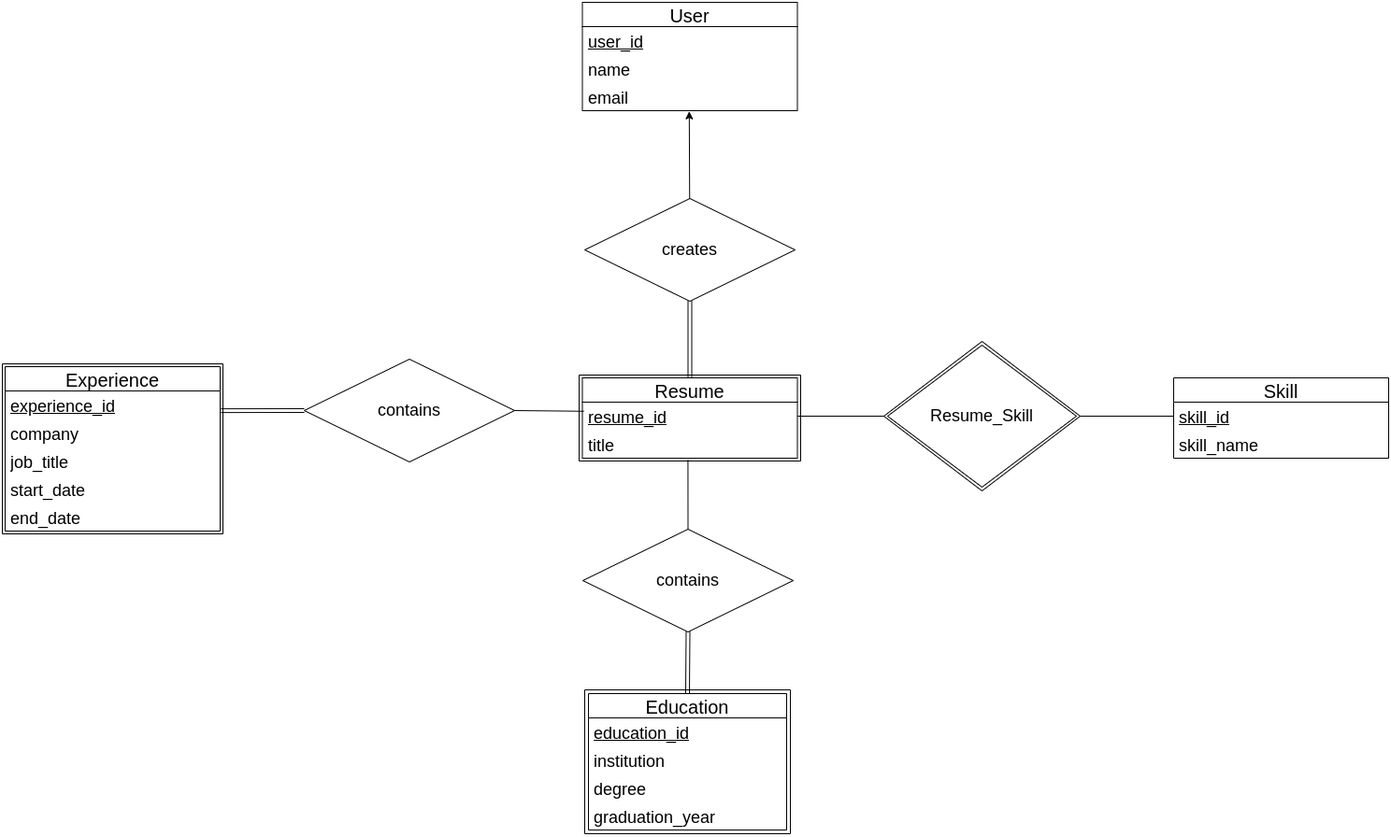
Before: assignments/hw3/erd/resume_builder.png, a diagram exported from draw.io (pollythepocket/CS480_final_project). Source tidied: cells renumbered, new cells last; positions are measured from the earlier drawing's top-left corner, leaving out a move shared by most shapes. Its diagram source:
```xml
<mxGraphModel>
  <root>
    <mxCell id="0" />
    <mxCell id="1" parent="0" />
    <mxCell id="2" value="User" style="swimlane;fontStyle=0;horizontal=1;startSize=26;align=center;fontSize=20;" parent="1" vertex="1">
      <mxGeometry x="620.5" width="230" height="116" as="geometry" />
    </mxCell>
    <mxCell id="3" value="user_id" style="text;strokeColor=none;fillColor=none;spacingLeft=4;spacingRight=4;overflow=hidden;fontSize=18;whiteSpace=wrap;html=1;fontStyle=4;" parent="2" vertex="1">
      <mxGeometry y="26" width="230" height="30" as="geometry" />
    </mxCell>
    <mxCell id="4" value="name" style="text;strokeColor=none;fillColor=none;spacingLeft=4;spacingRight=4;overflow=hidden;fontSize=18;whiteSpace=wrap;html=1;" parent="2" vertex="1">
      <mxGeometry y="56" width="230" height="30" as="geometry" />
    </mxCell>
    <mxCell id="5" value="email" style="text;strokeColor=none;fillColor=none;spacingLeft=4;spacingRight=4;overflow=hidden;points=[[0,0.5],[1,0.5]];portConstraint=eastwest;fontSize=18;whiteSpace=wrap;html=1;" parent="2" vertex="1">
      <mxGeometry y="86" width="230" height="30" as="geometry" />
    </mxCell>
    <mxCell id="6" value="Resume" style="swimlane;fontStyle=0;horizontal=1;startSize=26;align=center;fontSize=20;perimeterSpacing=0;" parent="1" vertex="1">
      <mxGeometry x="620.5" y="402" width="230" height="86" as="geometry" />
    </mxCell>
    <mxCell id="7" value="resume_id" style="text;strokeColor=none;fillColor=none;spacingLeft=4;spacingRight=4;overflow=hidden;points=[[0,0.5],[1,0.5]];portConstraint=eastwest;fontSize=18;whiteSpace=wrap;html=1;fontStyle=4;" parent="6" vertex="1">
      <mxGeometry y="26" width="230" height="30" as="geometry" />
    </mxCell>
    <mxCell id="8" value="title" style="text;strokeColor=none;fillColor=none;spacingLeft=4;spacingRight=4;overflow=hidden;points=[[0,0.5],[1,0.5]];portConstraint=eastwest;fontSize=18;whiteSpace=wrap;html=1;" parent="6" vertex="1">
      <mxGeometry y="56" width="230" height="30" as="geometry" />
    </mxCell>
    <mxCell id="9" value="Skill" style="swimlane;fontStyle=0;horizontal=1;startSize=26;align=center;fontSize=20;" parent="1" vertex="1">
      <mxGeometry x="1253" y="402" width="230" height="86" as="geometry" />
    </mxCell>
    <mxCell id="10" value="skill_id" style="text;strokeColor=none;fillColor=none;spacingLeft=4;spacingRight=4;overflow=hidden;points=[[0,0.5],[1,0.5]];portConstraint=eastwest;fontSize=18;whiteSpace=wrap;html=1;fontStyle=4;" parent="9" vertex="1">
      <mxGeometry y="26" width="230" height="30" as="geometry" />
    </mxCell>
    <mxCell id="11" value="skill_name" style="text;strokeColor=none;fillColor=none;spacingLeft=4;spacingRight=4;overflow=hidden;fontSize=18;whiteSpace=wrap;html=1;" parent="9" vertex="1">
      <mxGeometry y="56" width="230" height="30" as="geometry" />
    </mxCell>
    <mxCell id="12" value="Experience" style="swimlane;fontStyle=0;horizontal=1;startSize=26;align=center;fontSize=20;" parent="1" vertex="1">
      <mxGeometry x="3" y="390" width="230" height="176" as="geometry" />
    </mxCell>
    <mxCell id="13" value="experience_id" style="text;strokeColor=none;fillColor=none;spacingLeft=4;spacingRight=4;overflow=hidden;points=[[0,0.5],[1,0.5]];portConstraint=eastwest;fontSize=18;whiteSpace=wrap;html=1;fontStyle=4;" parent="12" vertex="1">
      <mxGeometry y="26" width="230" height="30" as="geometry" />
    </mxCell>
    <mxCell id="14" value="company" style="text;strokeColor=none;fillColor=none;spacingLeft=4;spacingRight=4;overflow=hidden;fontSize=18;whiteSpace=wrap;html=1;" parent="12" vertex="1">
      <mxGeometry y="56" width="230" height="30" as="geometry" />
    </mxCell>
    <mxCell id="15" value="job_title" style="text;strokeColor=none;fillColor=none;spacingLeft=4;spacingRight=4;overflow=hidden;fontSize=18;whiteSpace=wrap;html=1;" parent="12" vertex="1">
      <mxGeometry y="86" width="230" height="30" as="geometry" />
    </mxCell>
    <mxCell id="16" value="start_date" style="text;strokeColor=none;fillColor=none;spacingLeft=4;spacingRight=4;overflow=hidden;fontSize=18;whiteSpace=wrap;html=1;" parent="12" vertex="1">
      <mxGeometry y="116" width="230" height="30" as="geometry" />
    </mxCell>
    <mxCell id="17" value="end_date" style="text;strokeColor=none;fillColor=none;spacingLeft=4;spacingRight=4;overflow=hidden;fontSize=18;whiteSpace=wrap;html=1;" parent="12" vertex="1">
      <mxGeometry y="146" width="230" height="30" as="geometry" />
    </mxCell>
    <mxCell id="18" value="Resume_Skill" style="shape=rhombus;double=1;perimeter=rhombusPerimeter;whiteSpace=wrap;html=1;align=center;fontSize=18;" parent="1" vertex="1">
      <mxGeometry x="943" y="363" width="210" height="160" as="geometry" />
    </mxCell>
    <mxCell id="19" value="creates" style="shape=rhombus;perimeter=rhombusPerimeter;whiteSpace=wrap;html=1;align=center;fontSize=18;" parent="1" vertex="1">
      <mxGeometry x="623" y="210" width="225" height="110" as="geometry" />
    </mxCell>
    <mxCell id="20" value="contains" style="shape=rhombus;perimeter=rhombusPerimeter;whiteSpace=wrap;html=1;align=center;fontSize=18;" parent="1" vertex="1">
      <mxGeometry x="621" y="564" width="225" height="110" as="geometry" />
    </mxCell>
    <mxCell id="21" value="contains" style="shape=rhombus;perimeter=rhombusPerimeter;whiteSpace=wrap;html=1;align=center;fontSize=18;" parent="1" vertex="1">
      <mxGeometry x="323" y="382" width="225" height="110" as="geometry" />
    </mxCell>
    <mxCell id="22" style="shape=link;html=1;rounded=0;exitX=0.5;exitY=1;exitDx=0;exitDy=0;entryX=0.5;entryY=0;entryDx=0;entryDy=0;strokeWidth=1;" parent="1" edge="1" source="19" target="6">
      <mxGeometry relative="1" as="geometry" />
    </mxCell>
    <mxCell id="23" style="html=1;whiteSpace=wrap;align=right;verticalAlign=bottom;" parent="22" vertex="1">
      <mxGeometry x="1" relative="1" as="geometry" />
    </mxCell>
    <mxCell id="24" style="endArrow=none;html=1;rounded=0;exitX=0;exitY=0.5;exitDx=0;exitDy=0;strokeWidth=1;entryX=1;entryY=0.5;entryDx=0;entryDy=0;" parent="1" edge="1" source="18" target="7">
      <mxGeometry relative="1" as="geometry" />
    </mxCell>
    <mxCell id="25" style="endArrow=none;html=1;rounded=0;exitX=0;exitY=0.5;exitDx=0;exitDy=0;strokeWidth=1;" parent="1" edge="1" source="10" target="18">
      <mxGeometry relative="1" as="geometry" />
    </mxCell>
    <mxCell id="26" style="swimlane;startSize=0;" parent="1" vertex="1">
      <mxGeometry x="617" y="399" width="237" height="92" as="geometry" />
    </mxCell>
    <mxCell id="27" style="swimlane;startSize=0;" parent="1" vertex="1">
      <mxGeometry x="623" y="736" width="220" height="154" as="geometry" />
    </mxCell>
    <mxCell id="28" value="Education" style="swimlane;fontStyle=0;horizontal=1;startSize=26;align=center;fontSize=20;" parent="27" vertex="1">
      <mxGeometry x="4" y="4" width="212" height="146" as="geometry" />
    </mxCell>
    <mxCell id="29" value="education_id" style="text;strokeColor=none;fillColor=none;spacingLeft=4;spacingRight=4;overflow=hidden;fontSize=18;whiteSpace=wrap;html=1;fontStyle=4;" parent="28" vertex="1">
      <mxGeometry y="26" width="212" height="30" as="geometry" />
    </mxCell>
    <mxCell id="30" value="institution" style="text;strokeColor=none;fillColor=none;spacingLeft=4;spacingRight=4;overflow=hidden;fontSize=18;whiteSpace=wrap;html=1;" parent="28" vertex="1">
      <mxGeometry y="56" width="212" height="30" as="geometry" />
    </mxCell>
    <mxCell id="31" value="degree" style="text;strokeColor=none;fillColor=none;spacingLeft=4;spacingRight=4;overflow=hidden;fontSize=18;whiteSpace=wrap;html=1;" parent="28" vertex="1">
      <mxGeometry y="86" width="212" height="30" as="geometry" />
    </mxCell>
    <mxCell id="32" value="graduation_year" style="text;strokeColor=none;fillColor=none;spacingLeft=4;spacingRight=4;overflow=hidden;fontSize=18;whiteSpace=wrap;html=1;" parent="28" vertex="1">
      <mxGeometry y="116" width="212" height="30" as="geometry" />
    </mxCell>
    <mxCell id="33" style="swimlane;startSize=0;" parent="1" vertex="1">
      <mxGeometry y="387" width="236" height="182" as="geometry" />
    </mxCell>
    <mxCell id="34" style="shape=link;html=1;rounded=0;exitX=1.004;exitY=0.704;exitDx=0;exitDy=0;entryX=0;entryY=0.5;entryDx=0;entryDy=0;strokeWidth=1;exitPerimeter=0;" parent="1" edge="1" source="13" target="21">
      <mxGeometry relative="1" as="geometry" />
    </mxCell>
    <mxCell id="35" style="html=1;whiteSpace=wrap;align=right;verticalAlign=bottom;" parent="34" vertex="1">
      <mxGeometry x="1" relative="1" as="geometry" />
    </mxCell>
    <mxCell id="36" style="endArrow=none;html=1;rounded=0;exitX=1;exitY=0.5;exitDx=0;exitDy=0;strokeWidth=1;entryX=0.007;entryY=0.325;entryDx=0;entryDy=0;entryPerimeter=0;" parent="1" edge="1" source="21" target="7">
      <mxGeometry relative="1" as="geometry" />
    </mxCell>
    <mxCell id="37" style="shape=link;html=1;rounded=0;entryX=0.5;entryY=1;entryDx=0;entryDy=0;strokeWidth=1;" parent="1" edge="1" target="20">
      <mxGeometry relative="1" as="geometry">
        <mxPoint x="733" y="740" as="sourcePoint" />
      </mxGeometry>
    </mxCell>
    <mxCell id="38" style="html=1;whiteSpace=wrap;align=right;verticalAlign=bottom;" parent="37" vertex="1">
      <mxGeometry x="1" relative="1" as="geometry" />
    </mxCell>
    <mxCell id="39" style="endArrow=none;html=1;rounded=0;strokeWidth=1;entryX=0.491;entryY=1.054;entryDx=0;entryDy=0;exitX=0.5;exitY=0;exitDx=0;exitDy=0;entryPerimeter=0;" parent="1" edge="1" source="20" target="8">
      <mxGeometry relative="1" as="geometry" />
    </mxCell>
    <mxCell id="40" style="endArrow=classic;html=1;rounded=0;entryX=0.497;entryY=1.024;entryDx=0;entryDy=0;entryPerimeter=0;" parent="1" edge="1" source="19" target="5">
      <mxGeometry relative="1" as="geometry" />
    </mxCell>
  </root>
</mxGraphModel>
```
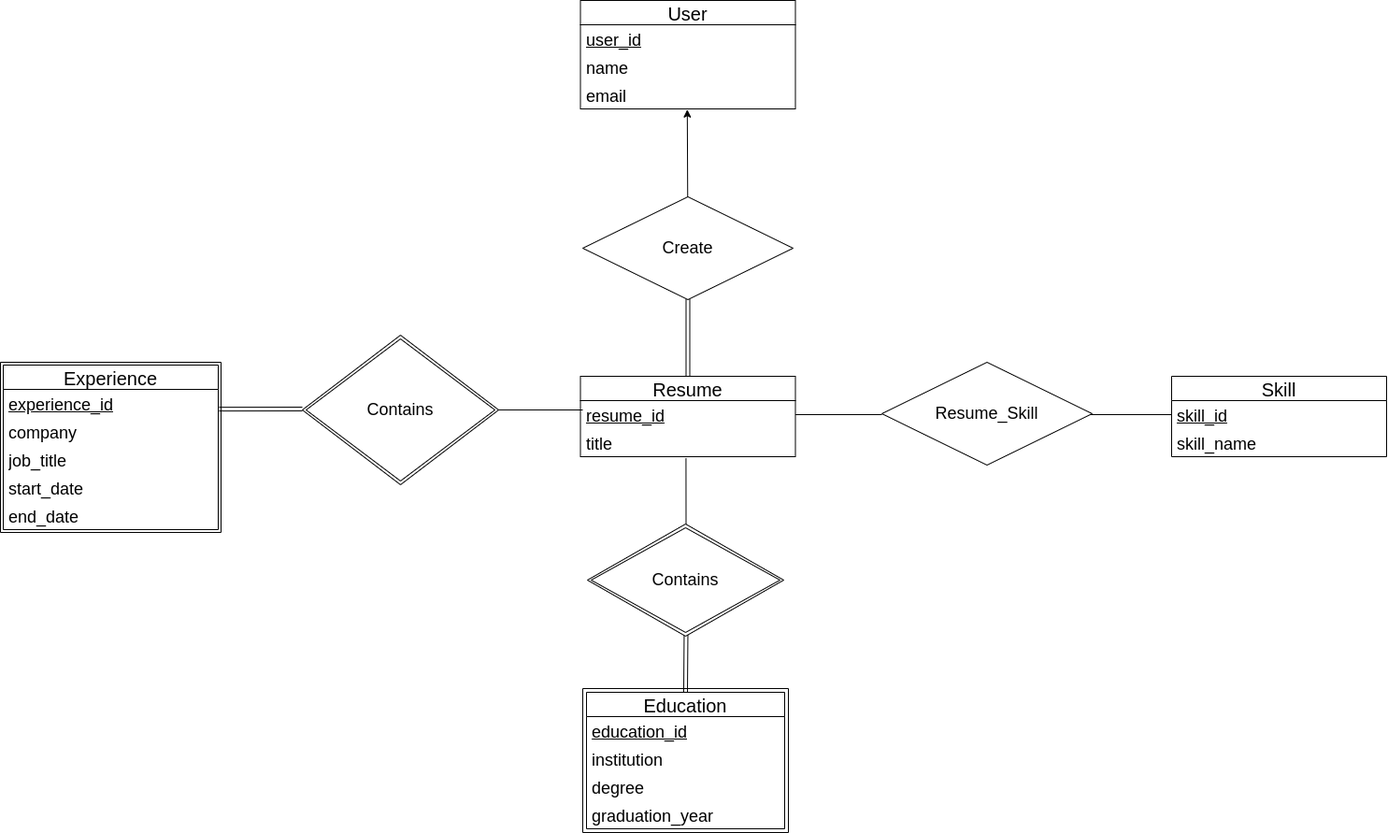
The same file after the commit.

Commit message:
Updated hw3 resume builder erd

Change to the diagram source:
```diff
@@ -50,33 +50,24 @@
     <mxCell id="17" value="end_date" style="text;strokeColor=none;fillColor=none;spacingLeft=4;spacingRight=4;overflow=hidden;fontSize=18;whiteSpace=wrap;html=1;" parent="12" vertex="1">
       <mxGeometry y="146" width="230" height="30" as="geometry" />
     </mxCell>
-    <mxCell id="18" value="Resume_Skill" style="shape=rhombus;double=1;perimeter=rhombusPerimeter;whiteSpace=wrap;html=1;align=center;fontSize=18;" parent="1" vertex="1">
-      <mxGeometry x="943" y="363" width="210" height="160" as="geometry" />
-    </mxCell>
-    <mxCell id="19" value="creates" style="shape=rhombus;perimeter=rhombusPerimeter;whiteSpace=wrap;html=1;align=center;fontSize=18;" parent="1" vertex="1">
-      <mxGeometry x="623" y="210" width="225" height="110" as="geometry" />
-    </mxCell>
-    <mxCell id="20" value="contains" style="shape=rhombus;perimeter=rhombusPerimeter;whiteSpace=wrap;html=1;align=center;fontSize=18;" parent="1" vertex="1">
-      <mxGeometry x="621" y="564" width="225" height="110" as="geometry" />
-    </mxCell>
-    <mxCell id="21" value="contains" style="shape=rhombus;perimeter=rhombusPerimeter;whiteSpace=wrap;html=1;align=center;fontSize=18;" parent="1" vertex="1">
-      <mxGeometry x="323" y="382" width="225" height="110" as="geometry" />
-    </mxCell>
-    <mxCell id="22" style="shape=link;html=1;rounded=0;exitX=0.5;exitY=1;exitDx=0;exitDy=0;entryX=0.5;entryY=0;entryDx=0;entryDy=0;strokeWidth=1;" parent="1" edge="1" source="19" target="6">
-      <mxGeometry relative="1" as="geometry" />
+    <mxCell id="22" style="shape=link;html=1;rounded=0;exitX=0.5;exitY=1;exitDx=0;exitDy=0;entryX=0.5;entryY=0;entryDx=0;entryDy=0;strokeWidth=1;" parent="1" edge="1" target="6">
+      <mxGeometry relative="1" as="geometry">
+        <mxPoint x="735.5" y="320" as="sourcePoint" />
+      </mxGeometry>
     </mxCell>
     <mxCell id="23" style="html=1;whiteSpace=wrap;align=right;verticalAlign=bottom;" parent="22" vertex="1">
       <mxGeometry x="1" relative="1" as="geometry" />
     </mxCell>
-    <mxCell id="24" style="endArrow=none;html=1;rounded=0;exitX=0;exitY=0.5;exitDx=0;exitDy=0;strokeWidth=1;entryX=1;entryY=0.5;entryDx=0;entryDy=0;" parent="1" edge="1" source="18" target="7">
-      <mxGeometry relative="1" as="geometry" />
+    <mxCell id="24" style="endArrow=none;html=1;rounded=0;exitX=0;exitY=0.5;exitDx=0;exitDy=0;strokeWidth=1;entryX=1;entryY=0.5;entryDx=0;entryDy=0;" parent="1" edge="1" target="7">
+      <mxGeometry relative="1" as="geometry">
+        <mxPoint x="943" y="443" as="sourcePoint" />
+      </mxGeometry>
     </mxCell>
-    <mxCell id="25" style="endArrow=none;html=1;rounded=0;exitX=0;exitY=0.5;exitDx=0;exitDy=0;strokeWidth=1;" parent="1" edge="1" source="10" target="18">
-      <mxGeometry relative="1" as="geometry" />
+    <mxCell id="25" style="endArrow=none;html=1;rounded=0;exitX=0;exitY=0.5;exitDx=0;exitDy=0;strokeWidth=1;" parent="1" edge="1" source="10">
+      <mxGeometry relative="1" as="geometry">
+        <mxPoint x="1153" y="443" as="targetPoint" />
+      </mxGeometry>
     </mxCell>
-    <mxCell id="26" style="swimlane;startSize=0;" parent="1" vertex="1">
-      <mxGeometry x="617" y="399" width="237" height="92" as="geometry" />
-    </mxCell>
     <mxCell id="27" style="swimlane;startSize=0;" parent="1" vertex="1">
       <mxGeometry x="623" y="736" width="220" height="154" as="geometry" />
     </mxCell>
@@ -98,28 +89,50 @@
     <mxCell id="33" style="swimlane;startSize=0;" parent="1" vertex="1">
       <mxGeometry y="387" width="236" height="182" as="geometry" />
     </mxCell>
-    <mxCell id="34" style="shape=link;html=1;rounded=0;exitX=1.004;exitY=0.704;exitDx=0;exitDy=0;entryX=0;entryY=0.5;entryDx=0;entryDy=0;strokeWidth=1;exitPerimeter=0;" parent="1" edge="1" source="13" target="21">
-      <mxGeometry relative="1" as="geometry" />
+    <mxCell id="34" style="shape=link;html=1;rounded=0;exitX=1.004;exitY=0.704;exitDx=0;exitDy=0;entryX=0;entryY=0.5;entryDx=0;entryDy=0;strokeWidth=1;exitPerimeter=0;" parent="1" edge="1" source="13">
+      <mxGeometry relative="1" as="geometry">
+        <mxPoint x="323" y="437" as="targetPoint" />
+      </mxGeometry>
     </mxCell>
     <mxCell id="35" style="html=1;whiteSpace=wrap;align=right;verticalAlign=bottom;" parent="34" vertex="1">
       <mxGeometry x="1" relative="1" as="geometry" />
     </mxCell>
-    <mxCell id="36" style="endArrow=none;html=1;rounded=0;exitX=1;exitY=0.5;exitDx=0;exitDy=0;strokeWidth=1;entryX=0.007;entryY=0.325;entryDx=0;entryDy=0;entryPerimeter=0;" parent="1" edge="1" source="21" target="7">
-      <mxGeometry relative="1" as="geometry" />
+    <mxCell id="36" style="endArrow=none;html=1;rounded=0;exitX=0.971;exitY=0.481;exitDx=0;exitDy=0;strokeWidth=1;exitPerimeter=0;" parent="1" edge="1">
+      <mxGeometry relative="1" as="geometry">
+        <mxPoint x="526.9" y="438" as="sourcePoint" />
+        <mxPoint x="623" y="438" as="targetPoint" />
+      </mxGeometry>
     </mxCell>
-    <mxCell id="37" style="shape=link;html=1;rounded=0;entryX=0.5;entryY=1;entryDx=0;entryDy=0;strokeWidth=1;" parent="1" edge="1" target="20">
+    <mxCell id="37" style="shape=link;html=1;rounded=0;entryX=0.5;entryY=1;entryDx=0;entryDy=0;strokeWidth=1;" parent="1" edge="1">
       <mxGeometry relative="1" as="geometry">
         <mxPoint x="733" y="740" as="sourcePoint" />
+        <mxPoint x="733.5" y="674" as="targetPoint" />
       </mxGeometry>
     </mxCell>
     <mxCell id="38" style="html=1;whiteSpace=wrap;align=right;verticalAlign=bottom;" parent="37" vertex="1">
       <mxGeometry x="1" relative="1" as="geometry" />
     </mxCell>
-    <mxCell id="39" style="endArrow=none;html=1;rounded=0;strokeWidth=1;entryX=0.491;entryY=1.054;entryDx=0;entryDy=0;exitX=0.5;exitY=0;exitDx=0;exitDy=0;entryPerimeter=0;" parent="1" edge="1" source="20" target="8">
-      <mxGeometry relative="1" as="geometry" />
+    <mxCell id="39" style="endArrow=none;html=1;rounded=0;strokeWidth=1;entryX=0.491;entryY=1.054;entryDx=0;entryDy=0;exitX=0.5;exitY=0;exitDx=0;exitDy=0;entryPerimeter=0;" parent="1" edge="1" target="8">
+      <mxGeometry relative="1" as="geometry">
+        <mxPoint x="733.5" y="564" as="sourcePoint" />
+      </mxGeometry>
     </mxCell>
-    <mxCell id="40" style="endArrow=classic;html=1;rounded=0;entryX=0.497;entryY=1.024;entryDx=0;entryDy=0;entryPerimeter=0;" parent="1" edge="1" source="19" target="5">
-      <mxGeometry relative="1" as="geometry" />
+    <mxCell id="40" style="endArrow=classic;html=1;rounded=0;entryX=0.497;entryY=1.024;entryDx=0;entryDy=0;entryPerimeter=0;" parent="1" edge="1" target="5">
+      <mxGeometry relative="1" as="geometry">
+        <mxPoint x="735.2" y="210.1" as="sourcePoint" />
+      </mxGeometry>
     </mxCell>
+    <mxCell id="41" value="Contains" style="shape=rhombus;double=1;perimeter=rhombusPerimeter;whiteSpace=wrap;html=1;align=center;fontSize=18;" parent="1" vertex="1">
+      <mxGeometry x="323" y="358" width="210" height="160" as="geometry" />
+    </mxCell>
+    <mxCell id="18" value="Resume_Skill" style="shape=rhombus;perimeter=rhombusPerimeter;whiteSpace=wrap;html=1;align=center;fontSize=18;" parent="1" vertex="1">
+      <mxGeometry x="943" y="387" width="225" height="110" as="geometry" />
+    </mxCell>
+    <mxCell id="42" value="Contains" style="shape=rhombus;double=1;perimeter=rhombusPerimeter;whiteSpace=wrap;html=1;align=center;fontSize=18;" parent="1" vertex="1">
+      <mxGeometry x="628" y="560" width="210" height="120" as="geometry" />
+    </mxCell>
+    <mxCell id="43" value="Create" style="shape=rhombus;perimeter=rhombusPerimeter;whiteSpace=wrap;html=1;align=center;fontSize=18;" parent="1" vertex="1">
+      <mxGeometry x="623" y="210" width="225" height="110" as="geometry" />
+    </mxCell>
   </root>
 </mxGraphModel>
```
